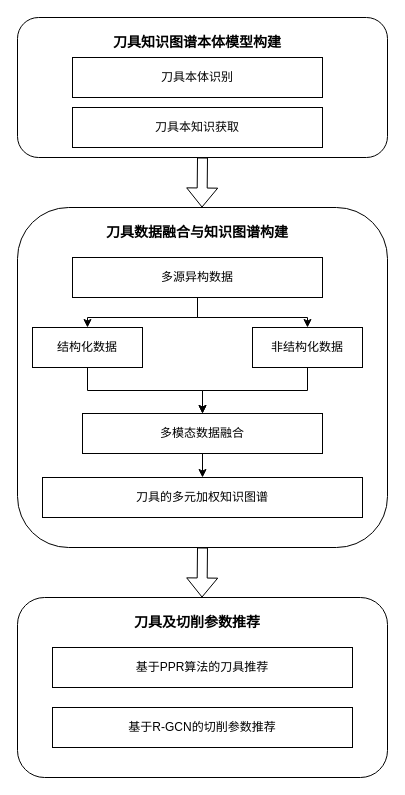
Earlier version of the draw.io diagram Untitled Diagram.drawio (Shenghsin/Feature_Encoding_with_AutoEncoders_for_Weakly-supervised_Anomaly_Detection). Source tidied: cells renumbered, new cells numbered last; positions are measured from the earlier drawing's top-left corner, leaving out a move shared by most shapes. Both pictures are drawn from the tidied source at 100%, with x=0, y=0 at pixel (17, 17).
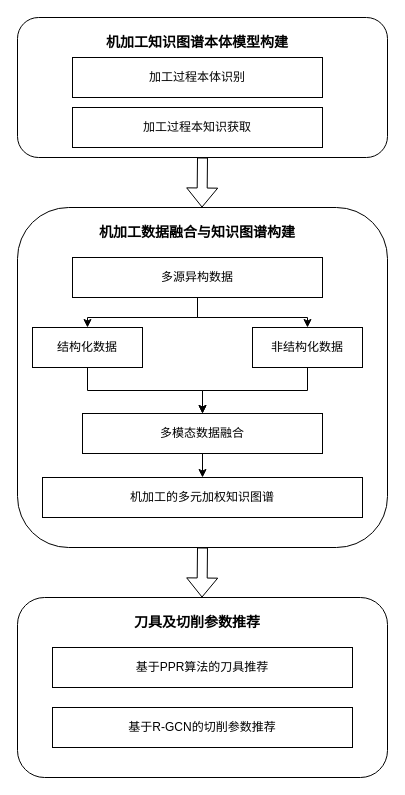
After the change.

Diff of the diagram source:
```diff
@@
-    <mxCell id="3" value="&lt;font style=&quot;font-size: 14px;&quot;&gt;&lt;b&gt;刀具知识图谱本体模型构建&lt;/b&gt;&lt;/font&gt;" style="text;html=1;strokeColor=none;fillColor=none;align=center;verticalAlign=middle;whiteSpace=wrap;rounded=0;" parent="1" vertex="1">
+    <mxCell id="3" value="&lt;font style=&quot;font-size: 14px;&quot;&gt;&lt;b&gt;机加工知识图谱本体模型构建&lt;/b&gt;&lt;/font&gt;" style="text;html=1;strokeColor=none;fillColor=none;align=center;verticalAlign=middle;whiteSpace=wrap;rounded=0;" parent="1" vertex="1">
       <mxGeometry x="75" y="10" width="210" height="30" as="geometry" />
     </mxCell>
@@
-    <mxCell id="5" value="&lt;font style=&quot;font-size: 14px;&quot;&gt;&lt;b&gt;刀具数据融合与知识图谱构建&lt;/b&gt;&lt;/font&gt;" style="text;html=1;strokeColor=none;fillColor=none;align=center;verticalAlign=middle;whiteSpace=wrap;rounded=0;" parent="1" vertex="1">
+    <mxCell id="5" value="&lt;font style=&quot;font-size: 14px;&quot;&gt;&lt;b&gt;机加工数据融合与知识图谱构建&lt;/b&gt;&lt;/font&gt;" style="text;html=1;strokeColor=none;fillColor=none;align=center;verticalAlign=middle;whiteSpace=wrap;rounded=0;" parent="1" vertex="1">
       <mxGeometry x="75" y="200" width="210" height="30" as="geometry" />
     </mxCell>
@@
-    <mxCell id="8" value="刀具本体识别" style="rounded=0;whiteSpace=wrap;html=1;" parent="1" vertex="1">
+    <mxCell id="8" value="加工过程本体识别" style="rounded=0;whiteSpace=wrap;html=1;" parent="1" vertex="1">
       <mxGeometry x="55" y="40" width="250" height="40" as="geometry" />
     </mxCell>
-    <mxCell id="9" value="刀具本知识获取" style="rounded=0;whiteSpace=wrap;html=1;" parent="1" vertex="1">
+    <mxCell id="9" value="加工过程本知识获取" style="rounded=0;whiteSpace=wrap;html=1;" parent="1" vertex="1">
       <mxGeometry x="55" y="90" width="250" height="40" as="geometry" />
     </mxCell>
@@
-    <mxCell id="18" value="刀具的多元加权知识图谱" style="rounded=0;whiteSpace=wrap;html=1;" parent="1" vertex="1">
+    <mxCell id="18" value="机加工的多元加权知识图谱" style="rounded=0;whiteSpace=wrap;html=1;" parent="1" vertex="1">
       <mxGeometry x="25" y="460" width="320" height="40" as="geometry" />
     </mxCell>
```
